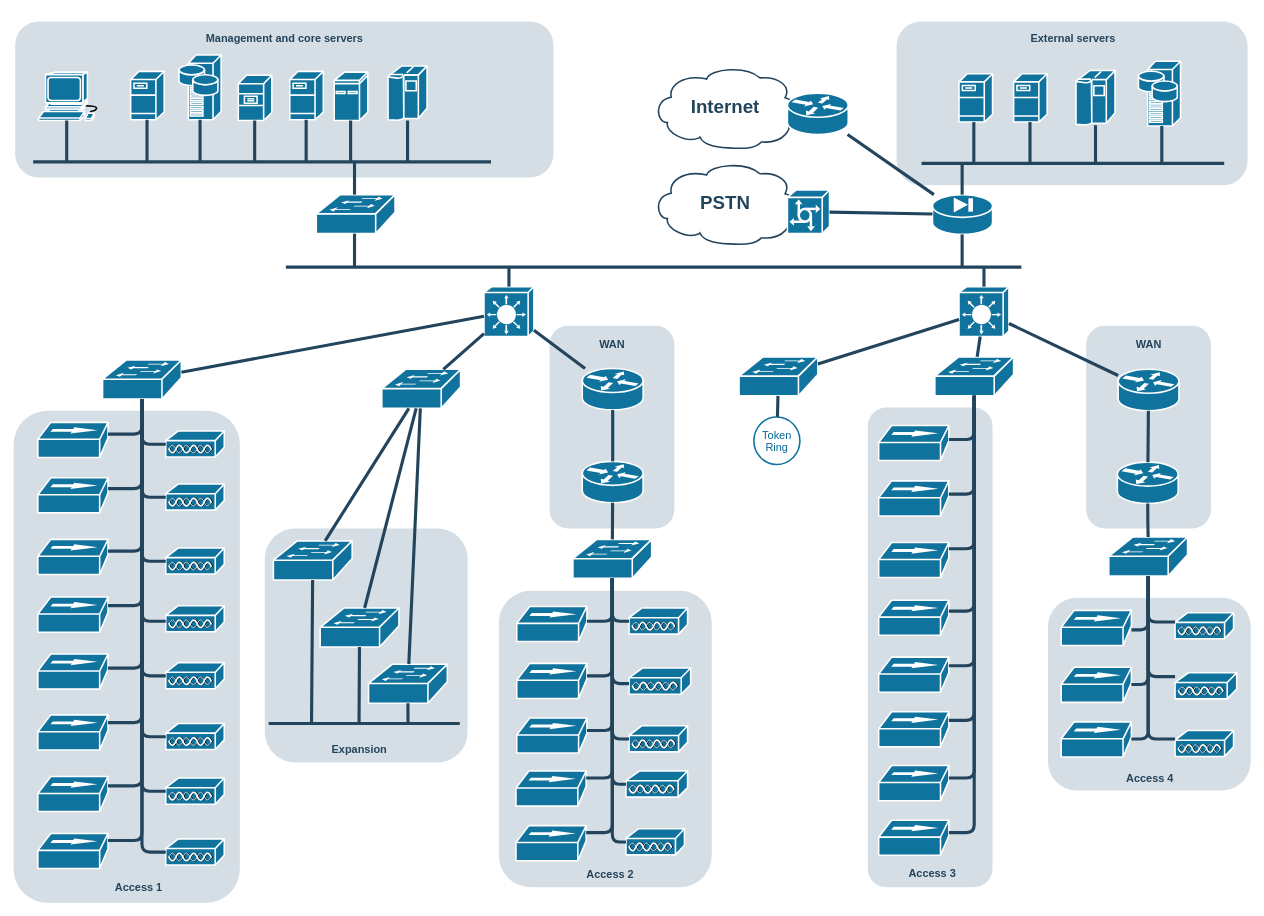
The draw.io diagram page "Page-1" (1 of 2) of 未命名绘图.drawio in li782678345/CodeGuide, before the edit. Source tidied: cells renumbered, new cells numbered last; positions are measured from the earlier drawing's top-left corner, leaving out a move shared by most shapes. Both pictures are drawn from the tidied source at 78%, with x=0, y=0 at pixel (13, 21).
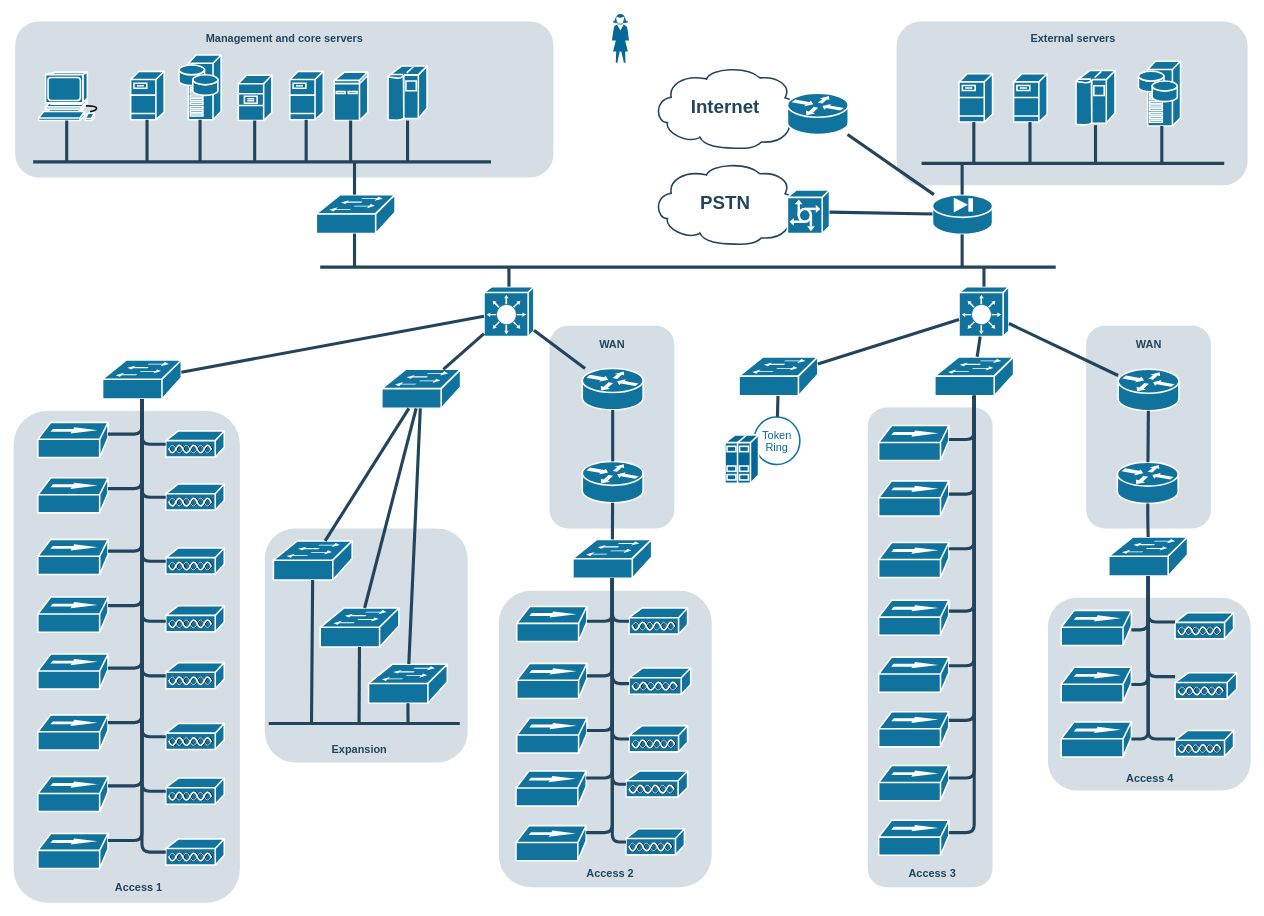
Above is the later version.

Commit message:
更新未命名绘图.drawio

What changed in the source:
```diff
@@
     <mxCell id="70" style="line;html=1;strokeColor=#23445D;" parent="1" vertex="1">
-      <mxGeometry x="349" y="310" width="943" height="10" as="geometry" />
+      <mxGeometry x="393" y="310" width="943" height="10" as="geometry" />
     </mxCell>
@@
+    <mxCell id="174" style="shape=mxgraph.cisco.people.standing_woman;sketch=0;html=1;dashed=0;fillColor=#036897;strokeColor=#ffffff;strokeWidth=2;verticalLabelPosition=bottom;verticalAlign=top;align=center;" parent="1" vertex="1">
+      <mxGeometry x="767" y="-9" width="22" height="62" as="geometry" />
+    </mxCell>
+    <mxCell id="175" style="shape=mxgraph.cisco.servers.standard_host;sketch=0;html=1;dashed=0;fillColor=#036897;strokeColor=#ffffff;strokeWidth=2;verticalLabelPosition=bottom;verticalAlign=top;align=center;" parent="1" vertex="1">
+      <mxGeometry x="912" y="530" width="43" height="62" as="geometry" />
+    </mxCell>
```
